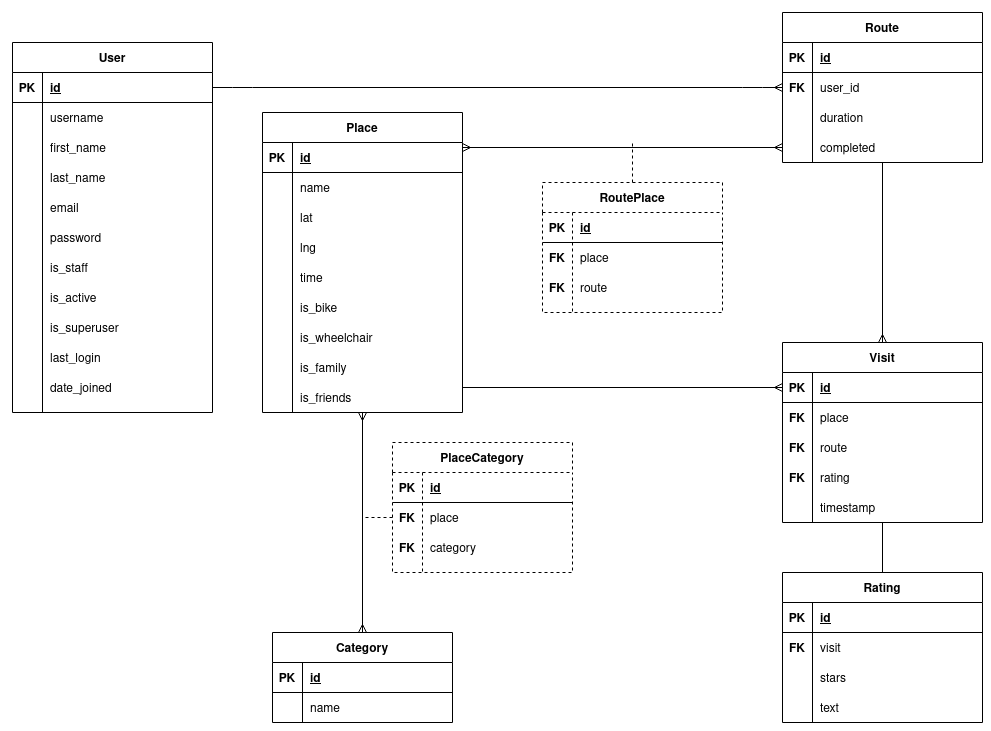
Before: docs/diagrams/ERD.png, a diagram exported from draw.io (gespyrop/roamium-api). Source tidied: cells renumbered, new cells last; positions are measured from the earlier drawing's top-left corner, leaving out a move shared by most shapes.
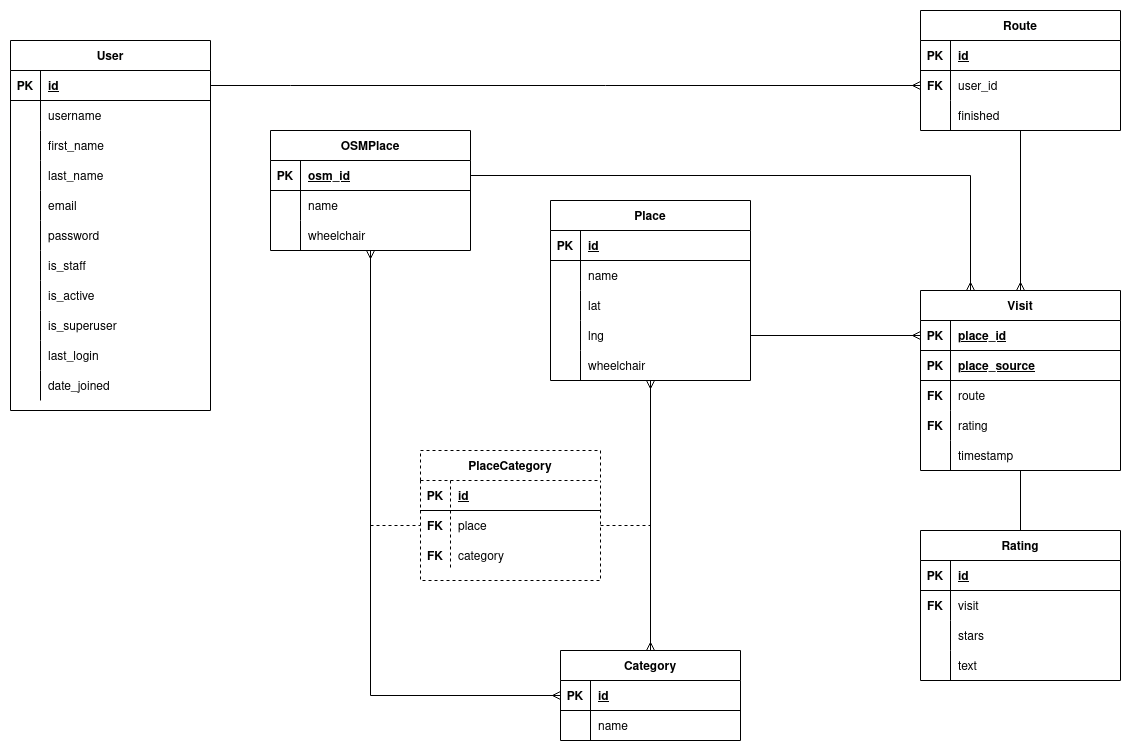
The same diagram one commit later.

Change to the diagram source:
```diff
@@ -3,7 +3,7 @@
     <mxCell id="0" />
     <mxCell id="1" parent="0" />
     <mxCell id="2" value="User" style="shape=table;startSize=30;rowLines=0;fontStyle=1;align=center;" parent="1" vertex="1">
-      <mxGeometry y="30" width="200" height="370" as="geometry" />
+      <mxGeometry x="-140" y="-60" width="200" height="370" as="geometry" />
     </mxCell>
     <mxCell id="3" style="shape=partialRectangle;fillColor=none;top=0;left=0;bottom=1;right=0;points=[[0,0.5],[1,0.5]];portConstraint=eastwest;" parent="2" vertex="1">
       <mxGeometry y="30" width="200" height="30" as="geometry" />
@@ -105,7 +105,7 @@
       <mxGeometry x="30" width="170" height="30" as="geometry" />
     </mxCell>
     <mxCell id="36" value="Place" style="shape=table;startSize=30;rowLines=0;fontStyle=1;align=center;" parent="1" vertex="1">
-      <mxGeometry x="250" y="100" width="200" height="300" as="geometry" />
+      <mxGeometry x="400" y="100" width="200" height="180" as="geometry" />
     </mxCell>
     <mxCell id="37" style="shape=partialRectangle;fillColor=none;top=0;left=0;bottom=1;right=0;points=[[0,0.5],[1,0.5]];portConstraint=eastwest;" parent="36" vertex="1">
       <mxGeometry y="30" width="200" height="30" as="geometry" />
@@ -143,53 +143,17 @@
     <mxCell id="48" value="lng" style="shape=partialRectangle;fillColor=none;top=0;left=0;bottom=0;right=0;align=left;spacingLeft=6;overflow=hidden;" parent="46" vertex="1">
       <mxGeometry x="30" width="170" height="30" as="geometry" />
     </mxCell>
-    <mxCell id="49" style="shape=partialRectangle;fillColor=none;top=0;left=0;bottom=0;right=0;" parent="36" vertex="1">
-      <mxGeometry y="150" width="200" height="30" as="geometry" />
-    </mxCell>
-    <mxCell id="50" style="shape=partialRectangle;fillColor=none;top=0;left=0;bottom=0;right=0;overflow=hidden;" parent="49" vertex="1">
-      <mxGeometry width="30" height="30" as="geometry" />
-    </mxCell>
-    <mxCell id="51" value="time" style="shape=partialRectangle;fillColor=none;top=0;left=0;bottom=0;right=0;align=left;spacingLeft=6;overflow=hidden;" parent="49" vertex="1">
-      <mxGeometry x="30" width="170" height="30" as="geometry" />
-    </mxCell>
-    <mxCell id="52" style="shape=partialRectangle;fillColor=none;top=0;left=0;bottom=0;right=0;" parent="36" vertex="1">
-      <mxGeometry y="180" width="200" height="30" as="geometry" />
-    </mxCell>
-    <mxCell id="53" style="shape=partialRectangle;fillColor=none;top=0;left=0;bottom=0;right=0;overflow=hidden;" parent="52" vertex="1">
-      <mxGeometry width="30" height="30" as="geometry" />
-    </mxCell>
-    <mxCell id="54" value="is_bike" style="shape=partialRectangle;fillColor=none;top=0;left=0;bottom=0;right=0;align=left;spacingLeft=6;overflow=hidden;" parent="52" vertex="1">
-      <mxGeometry x="30" width="170" height="30" as="geometry" />
-    </mxCell>
     <mxCell id="55" style="shape=partialRectangle;fillColor=none;top=0;left=0;bottom=0;right=0;" parent="36" vertex="1">
-      <mxGeometry y="210" width="200" height="30" as="geometry" />
+      <mxGeometry y="150" width="200" height="30" as="geometry" />
     </mxCell>
     <mxCell id="56" style="shape=partialRectangle;fillColor=none;top=0;left=0;bottom=0;right=0;overflow=hidden;" parent="55" vertex="1">
       <mxGeometry width="30" height="30" as="geometry" />
     </mxCell>
-    <mxCell id="57" value="is_wheelchair" style="shape=partialRectangle;fillColor=none;top=0;left=0;bottom=0;right=0;align=left;spacingLeft=6;overflow=hidden;" parent="55" vertex="1">
+    <mxCell id="57" value="wheelchair" style="shape=partialRectangle;fillColor=none;top=0;left=0;bottom=0;right=0;align=left;spacingLeft=6;overflow=hidden;" parent="55" vertex="1">
       <mxGeometry x="30" width="170" height="30" as="geometry" />
     </mxCell>
-    <mxCell id="58" style="shape=partialRectangle;fillColor=none;top=0;left=0;bottom=0;right=0;" parent="36" vertex="1">
-      <mxGeometry y="240" width="200" height="30" as="geometry" />
-    </mxCell>
-    <mxCell id="59" style="shape=partialRectangle;fillColor=none;top=0;left=0;bottom=0;right=0;overflow=hidden;" parent="58" vertex="1">
-      <mxGeometry width="30" height="30" as="geometry" />
-    </mxCell>
-    <mxCell id="60" value="is_family" style="shape=partialRectangle;fillColor=none;top=0;left=0;bottom=0;right=0;align=left;spacingLeft=6;overflow=hidden;" parent="58" vertex="1">
-      <mxGeometry x="30" width="170" height="30" as="geometry" />
-    </mxCell>
-    <mxCell id="61" style="shape=partialRectangle;fillColor=none;top=0;left=0;bottom=0;right=0;points=[[0,0.5],[1,0.5]];portConstraint=eastwest;" parent="36" vertex="1">
-      <mxGeometry y="270" width="200" height="30" as="geometry" />
-    </mxCell>
-    <mxCell id="62" style="shape=partialRectangle;fillColor=none;top=0;left=0;bottom=0;right=0;overflow=hidden;" parent="61" vertex="1">
-      <mxGeometry width="30" height="30" as="geometry" />
-    </mxCell>
-    <mxCell id="63" value="is_friends" style="shape=partialRectangle;fillColor=none;top=0;left=0;bottom=0;right=0;align=left;spacingLeft=6;overflow=hidden;" parent="61" vertex="1">
-      <mxGeometry x="30" width="170" height="30" as="geometry" />
-    </mxCell>
     <mxCell id="64" value="Route" style="shape=table;startSize=30;rowLines=0;fontStyle=1;align=center;" parent="1" vertex="1">
-      <mxGeometry x="770" width="200" height="150" as="geometry" />
+      <mxGeometry x="770" y="-90" width="200" height="120" as="geometry" />
     </mxCell>
     <mxCell id="65" style="shape=partialRectangle;fillColor=none;top=0;left=0;bottom=1;right=0;" parent="64" vertex="1">
       <mxGeometry y="30" width="200" height="30" as="geometry" />
@@ -209,29 +173,17 @@
     <mxCell id="70" value="user_id" style="shape=partialRectangle;fillColor=none;top=0;left=0;bottom=0;right=0;align=left;spacingLeft=6;overflow=hidden;" parent="68" vertex="1">
       <mxGeometry x="30" width="170" height="30" as="geometry" />
     </mxCell>
-    <mxCell id="71" style="shape=partialRectangle;fillColor=none;top=0;left=0;bottom=0;right=0;" parent="64" vertex="1">
-      <mxGeometry y="90" width="200" height="30" as="geometry" />
-    </mxCell>
-    <mxCell id="72" style="shape=partialRectangle;fillColor=none;top=0;left=0;bottom=0;right=0;overflow=hidden;fontStyle=1;" parent="71" vertex="1">
-      <mxGeometry width="30" height="30" as="geometry" />
-    </mxCell>
-    <mxCell id="73" value="duration" style="shape=partialRectangle;fillColor=none;top=0;left=0;bottom=0;right=0;align=left;spacingLeft=6;overflow=hidden;" parent="71" vertex="1">
-      <mxGeometry x="30" width="170" height="30" as="geometry" />
-    </mxCell>
     <mxCell id="74" style="shape=partialRectangle;fillColor=none;top=0;left=0;bottom=0;right=0;points=[[0,0.5],[1,0.5]];portConstraint=eastwest;" parent="64" vertex="1">
-      <mxGeometry y="120" width="200" height="30" as="geometry" />
+      <mxGeometry y="90" width="200" height="30" as="geometry" />
     </mxCell>
     <mxCell id="75" style="shape=partialRectangle;fillColor=none;top=0;left=0;bottom=0;right=0;overflow=hidden;fontStyle=1;" parent="74" vertex="1">
       <mxGeometry width="30" height="30" as="geometry" />
     </mxCell>
-    <mxCell id="76" value="completed" style="shape=partialRectangle;fillColor=none;top=0;left=0;bottom=0;right=0;align=left;spacingLeft=6;overflow=hidden;" parent="74" vertex="1">
+    <mxCell id="76" value="finished" style="shape=partialRectangle;fillColor=none;top=0;left=0;bottom=0;right=0;align=left;spacingLeft=6;overflow=hidden;" parent="74" vertex="1">
       <mxGeometry x="30" width="170" height="30" as="geometry" />
     </mxCell>
-    <mxCell id="77" style="fontSize=12;html=1;endArrow=ERmany;startArrow=ERmany;exitX=1;exitY=0.167;exitDx=0;exitDy=0;exitPerimeter=0;entryX=0;entryY=0.5;entryDx=0;entryDy=0;" parent="1" edge="1" source="37" target="74">
-      <mxGeometry relative="1" as="geometry" />
-    </mxCell>
     <mxCell id="78" value="Category" style="shape=table;startSize=30;rowLines=0;fontStyle=1;align=center;" parent="1" vertex="1">
-      <mxGeometry x="260" y="620" width="180" height="90" as="geometry" />
+      <mxGeometry x="410" y="550" width="180" height="90" as="geometry" />
     </mxCell>
     <mxCell id="79" style="shape=partialRectangle;fillColor=none;top=0;left=0;bottom=1;right=0;points=[[0,0.5],[1,0.5]];portConstraint=eastwest;" parent="78" vertex="1">
       <mxGeometry y="30" width="180" height="30" as="geometry" />
@@ -254,41 +206,16 @@
     <mxCell id="85" style="fontSize=12;html=1;endArrow=ERmany;startArrow=ERmany;exitX=0.5;exitY=1;exitDx=0;exitDy=0;entryX=0.5;entryY=0;entryDx=0;entryDy=0;" parent="1" edge="1" source="36" target="78">
       <mxGeometry relative="1" as="geometry" />
     </mxCell>
-    <mxCell id="86" value="RoutePlace" style="shape=table;startSize=30;rowLines=0;fontStyle=1;align=center;dashed=1;" parent="1" vertex="1">
-      <mxGeometry x="530" y="170" width="180" height="130" as="geometry" />
-    </mxCell>
-    <mxCell id="87" style="shape=partialRectangle;fillColor=none;top=0;left=0;bottom=1;right=0;" parent="86" vertex="1">
-      <mxGeometry y="30" width="180" height="30" as="geometry" />
-    </mxCell>
-    <mxCell id="88" value="PK" style="shape=partialRectangle;fillColor=none;top=0;left=0;bottom=0;right=0;fontStyle=1;overflow=hidden;" parent="87" vertex="1">
-      <mxGeometry width="30" height="30" as="geometry" />
-    </mxCell>
-    <mxCell id="89" value="id" style="shape=partialRectangle;fillColor=none;top=0;left=0;bottom=0;right=0;align=left;spacingLeft=6;fontStyle=5;overflow=hidden;" parent="87" vertex="1">
-      <mxGeometry x="30" width="150" height="30" as="geometry" />
-    </mxCell>
-    <mxCell id="90" style="shape=partialRectangle;fillColor=none;top=0;left=0;bottom=0;right=0;" parent="86" vertex="1">
-      <mxGeometry y="60" width="180" height="30" as="geometry" />
-    </mxCell>
-    <mxCell id="91" value="FK" style="shape=partialRectangle;fillColor=none;top=0;left=0;bottom=0;right=0;overflow=hidden;fontStyle=1;" parent="90" vertex="1">
-      <mxGeometry width="30" height="30" as="geometry" />
-    </mxCell>
-    <mxCell id="92" value="place" style="shape=partialRectangle;fillColor=none;top=0;left=0;bottom=0;right=0;align=left;spacingLeft=6;overflow=hidden;" parent="90" vertex="1">
-      <mxGeometry x="30" width="150" height="30" as="geometry" />
-    </mxCell>
-    <mxCell id="93" style="shape=partialRectangle;fillColor=none;top=0;left=0;bottom=0;right=0;" parent="86" vertex="1">
-      <mxGeometry y="90" width="180" height="30" as="geometry" />
-    </mxCell>
-    <mxCell id="94" value="FK" style="shape=partialRectangle;fillColor=none;top=0;left=0;bottom=0;right=0;overflow=hidden;fontStyle=1;" parent="93" vertex="1">
-      <mxGeometry width="30" height="30" as="geometry" />
-    </mxCell>
-    <mxCell id="95" value="route" style="shape=partialRectangle;fillColor=none;top=0;left=0;bottom=0;right=0;align=left;spacingLeft=6;overflow=hidden;" parent="93" vertex="1">
-      <mxGeometry x="30" width="150" height="30" as="geometry" />
-    </mxCell>
-    <mxCell id="96" style="edgeStyle=entityRelationEdgeStyle;fontSize=12;html=1;endArrow=ERmany;entryX=0;entryY=0.5;entryDx=0;entryDy=0;exitX=1;exitY=0.5;exitDx=0;exitDy=0;" parent="1" edge="1" source="3" target="68">
-      <mxGeometry relative="1" as="geometry" />
+    <mxCell id="96" style="edgeStyle=orthogonalEdgeStyle;fontSize=12;html=1;endArrow=ERmany;entryX=0;entryY=0.5;entryDx=0;entryDy=0;rounded=0;exitX=1;exitY=0.5;exitDx=0;exitDy=0;" parent="1" edge="1" source="3" target="68">
+      <mxGeometry relative="1" as="geometry">
+        <Array as="points">
+          <mxPoint x="140" y="-15" />
+          <mxPoint x="140" y="-15" />
+        </Array>
+      </mxGeometry>
     </mxCell>
     <mxCell id="97" value="PlaceCategory" style="shape=table;startSize=30;rowLines=0;fontStyle=1;align=center;dashed=1;" parent="1" vertex="1">
-      <mxGeometry x="380" y="430" width="180" height="130" as="geometry" />
+      <mxGeometry x="270" y="350" width="180" height="130" as="geometry" />
     </mxCell>
     <mxCell id="98" style="shape=partialRectangle;fillColor=none;top=0;left=0;bottom=1;right=0;" parent="97" vertex="1">
       <mxGeometry y="30" width="180" height="30" as="geometry" />
@@ -317,21 +244,16 @@
     <mxCell id="106" value="category" style="shape=partialRectangle;fillColor=none;top=0;left=0;bottom=0;right=0;align=left;spacingLeft=6;overflow=hidden;" parent="104" vertex="1">
       <mxGeometry x="30" width="150" height="30" as="geometry" />
     </mxCell>
-    <mxCell id="107" style="endArrow=none;dashed=1;html=1;exitX=0.5;exitY=0;exitDx=0;exitDy=0;strokeWidth=1;jumpStyle=none;" parent="1" edge="1" source="86">
-      <mxGeometry relative="1" as="geometry">
-        <mxPoint x="620" y="130" as="targetPoint" />
-      </mxGeometry>
-    </mxCell>
-    <mxCell id="108" style="endArrow=none;dashed=1;html=1;exitX=0;exitY=0.5;exitDx=0;exitDy=0;" parent="1" edge="1" source="101">
+    <mxCell id="108" style="endArrow=none;dashed=1;html=1;exitX=1;exitY=0.5;exitDx=0;exitDy=0;" parent="1" edge="1" source="101">
       <mxGeometry relative="1" as="geometry">
-        <mxPoint x="350" y="505" as="targetPoint" />
+        <mxPoint x="500" y="425" as="targetPoint" />
       </mxGeometry>
     </mxCell>
     <mxCell id="109" style="edgeStyle=none;rounded=0;jumpStyle=none;jumpSize=2;jettySize=auto;html=1;entryX=0.5;entryY=0;entryDx=0;entryDy=0;endSize=6;strokeWidth=1;endArrow=none;endFill=0;" parent="1" edge="1" source="110" target="127">
       <mxGeometry relative="1" as="geometry" />
     </mxCell>
     <mxCell id="110" value="Visit" style="shape=table;startSize=30;rowLines=0;fontStyle=1;align=center;" parent="1" vertex="1">
-      <mxGeometry x="770" y="330" width="200" height="180" as="geometry" />
+      <mxGeometry x="770" y="190" width="200" height="180" as="geometry" />
     </mxCell>
     <mxCell id="111" style="shape=partialRectangle;fillColor=none;top=0;left=0;bottom=1;right=0;points=[[0,0.5],[1,0.5]];portConstraint=eastwest;" parent="110" vertex="1">
       <mxGeometry y="30" width="200" height="30" as="geometry" />
@@ -339,18 +261,18 @@
     <mxCell id="112" value="PK" style="shape=partialRectangle;fillColor=none;top=0;left=0;bottom=0;right=0;fontStyle=1;overflow=hidden;" parent="111" vertex="1">
       <mxGeometry width="30" height="30" as="geometry" />
     </mxCell>
-    <mxCell id="113" value="id" style="shape=partialRectangle;fillColor=none;top=0;left=0;bottom=0;right=0;align=left;spacingLeft=6;fontStyle=5;overflow=hidden;" parent="111" vertex="1">
+    <mxCell id="113" value="place_id" style="shape=partialRectangle;fillColor=none;top=0;left=0;bottom=0;right=0;align=left;spacingLeft=6;fontStyle=5;overflow=hidden;" parent="111" vertex="1">
       <mxGeometry x="30" width="170" height="30" as="geometry" />
     </mxCell>
-    <mxCell id="114" style="shape=partialRectangle;fillColor=none;top=0;left=0;bottom=0;right=0;" parent="110" vertex="1">
-      <mxGeometry y="60" width="200" height="30" as="geometry" />
-    </mxCell>
-    <mxCell id="115" value="FK" style="shape=partialRectangle;fillColor=none;top=0;left=0;bottom=0;right=0;overflow=hidden;fontStyle=1;" parent="114" vertex="1">
-      <mxGeometry width="30" height="30" as="geometry" />
-    </mxCell>
-    <mxCell id="116" value="place" style="shape=partialRectangle;fillColor=none;top=0;left=0;bottom=0;right=0;align=left;spacingLeft=6;overflow=hidden;" parent="114" vertex="1">
-      <mxGeometry x="30" width="170" height="30" as="geometry" />
-    </mxCell>
+    <mxCell id="141" style="shape=partialRectangle;fillColor=none;top=0;left=0;bottom=1;right=0;" parent="110" vertex="1">
+      <mxGeometry y="60" width="200" height="30" as="geometry" />
+    </mxCell>
+    <mxCell id="142" value="PK" style="shape=partialRectangle;fillColor=none;top=0;left=0;bottom=0;right=0;fontStyle=1;overflow=hidden;" parent="141" vertex="1">
+      <mxGeometry width="30" height="30" as="geometry" />
+    </mxCell>
+    <mxCell id="143" value="place_source" style="shape=partialRectangle;fillColor=none;top=0;left=0;bottom=0;right=0;align=left;spacingLeft=6;fontStyle=5;overflow=hidden;" parent="141" vertex="1">
+      <mxGeometry x="30" width="170" height="30" as="geometry" />
+    </mxCell>
     <mxCell id="117" style="shape=partialRectangle;fillColor=none;top=0;left=0;bottom=0;right=0;" parent="110" vertex="1">
       <mxGeometry y="90" width="200" height="30" as="geometry" />
     </mxCell>
@@ -382,7 +304,7 @@
       <mxGeometry relative="1" as="geometry" />
     </mxCell>
     <mxCell id="127" value="Rating" style="shape=table;startSize=30;rowLines=0;fontStyle=1;align=center;" parent="1" vertex="1">
-      <mxGeometry x="770" y="560" width="200" height="150" as="geometry" />
+      <mxGeometry x="770" y="430" width="200" height="150" as="geometry" />
     </mxCell>
     <mxCell id="128" style="shape=partialRectangle;fillColor=none;top=0;left=0;bottom=1;right=0;" parent="127" vertex="1">
       <mxGeometry y="30" width="200" height="30" as="geometry" />
@@ -420,8 +342,57 @@
     <mxCell id="139" value="text" style="shape=partialRectangle;fillColor=none;top=0;left=0;bottom=0;right=0;align=left;spacingLeft=6;overflow=hidden;" parent="137" vertex="1">
       <mxGeometry x="30" width="170" height="30" as="geometry" />
     </mxCell>
-    <mxCell id="140" style="fontSize=12;html=1;endArrow=ERmany;exitX=1;exitY=0.167;exitDx=0;exitDy=0;entryX=0;entryY=0.5;entryDx=0;entryDy=0;exitPerimeter=0;" parent="1" edge="1" source="61" target="111">
+    <mxCell id="140" style="fontSize=12;html=1;endArrow=ERmany;rounded=0;edgeStyle=orthogonalEdgeStyle;entryX=0;entryY=0.5;entryDx=0;entryDy=0;exitX=1;exitY=0.75;exitDx=0;exitDy=0;" parent="1" edge="1" source="36" target="111">
       <mxGeometry relative="1" as="geometry" />
     </mxCell>
+    <mxCell id="144" value="OSMPlace" style="shape=table;startSize=30;rowLines=0;fontStyle=1;align=center;" parent="1" vertex="1">
+      <mxGeometry x="120" y="30" width="200" height="120" as="geometry" />
+    </mxCell>
+    <mxCell id="145" style="shape=partialRectangle;fillColor=none;top=0;left=0;bottom=1;right=0;points=[[0,0.5],[1,0.5]];portConstraint=eastwest;" parent="144" vertex="1">
+      <mxGeometry y="30" width="200" height="30" as="geometry" />
+    </mxCell>
+    <mxCell id="146" value="PK" style="shape=partialRectangle;fillColor=none;top=0;left=0;bottom=0;right=0;fontStyle=1;overflow=hidden;" parent="145" vertex="1">
+      <mxGeometry width="30" height="30" as="geometry" />
+    </mxCell>
+    <mxCell id="147" value="osm_id" style="shape=partialRectangle;fillColor=none;top=0;left=0;bottom=0;right=0;align=left;spacingLeft=6;fontStyle=5;overflow=hidden;" parent="145" vertex="1">
+      <mxGeometry x="30" width="170" height="30" as="geometry" />
+    </mxCell>
+    <mxCell id="114" style="shape=partialRectangle;fillColor=none;top=0;left=0;bottom=0;right=0;" parent="144" vertex="1">
+      <mxGeometry y="60" width="200" height="30" as="geometry" />
+    </mxCell>
+    <mxCell id="148" style="shape=partialRectangle;fillColor=none;top=0;left=0;bottom=0;right=0;overflow=hidden;" parent="114" vertex="1">
+      <mxGeometry width="30" height="30" as="geometry" />
+    </mxCell>
+    <mxCell id="149" value="name" style="shape=partialRectangle;fillColor=none;top=0;left=0;bottom=0;right=0;align=left;spacingLeft=6;overflow=hidden;" parent="114" vertex="1">
+      <mxGeometry x="30" width="170" height="30" as="geometry" />
+    </mxCell>
+    <mxCell id="71" style="shape=partialRectangle;fillColor=none;top=0;left=0;bottom=0;right=0;" parent="144" vertex="1">
+      <mxGeometry y="90" width="200" height="30" as="geometry" />
+    </mxCell>
+    <mxCell id="150" style="shape=partialRectangle;fillColor=none;top=0;left=0;bottom=0;right=0;overflow=hidden;" parent="71" vertex="1">
+      <mxGeometry width="30" height="30" as="geometry" />
+    </mxCell>
+    <mxCell id="151" value="wheelchair" style="shape=partialRectangle;fillColor=none;top=0;left=0;bottom=0;right=0;align=left;spacingLeft=6;overflow=hidden;" parent="71" vertex="1">
+      <mxGeometry x="30" width="170" height="30" as="geometry" />
+    </mxCell>
+    <mxCell id="152" style="fontSize=12;html=1;endArrow=ERmany;startArrow=ERmany;entryX=0;entryY=0.5;entryDx=0;entryDy=0;exitX=0.5;exitY=1;exitDx=0;exitDy=0;edgeStyle=orthogonalEdgeStyle;rounded=0;" parent="1" edge="1" source="144" target="79">
+      <mxGeometry relative="1" as="geometry">
+        <Array as="points">
+          <mxPoint x="220" y="595" />
+        </Array>
+      </mxGeometry>
+    </mxCell>
+    <mxCell id="153" style="endArrow=none;dashed=1;html=1;entryX=0;entryY=0.5;entryDx=0;entryDy=0;" parent="1" edge="1" target="101">
+      <mxGeometry relative="1" as="geometry">
+        <mxPoint x="220" y="425" as="sourcePoint" />
+      </mxGeometry>
+    </mxCell>
+    <mxCell id="154" style="fontSize=12;html=1;endArrow=ERmany;rounded=0;edgeStyle=orthogonalEdgeStyle;entryX=0.25;entryY=0;entryDx=0;entryDy=0;exitX=1;exitY=0.5;exitDx=0;exitDy=0;" parent="1" edge="1" source="145" target="110">
+      <mxGeometry relative="1" as="geometry">
+        <Array as="points">
+          <mxPoint x="820" y="75" />
+        </Array>
+      </mxGeometry>
+    </mxCell>
   </root>
 </mxGraphModel>
```
